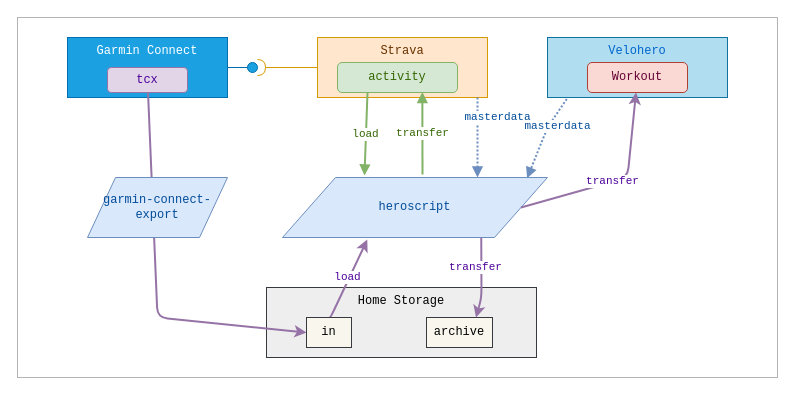
Before: design/commands.drawio in chs8691/heroscript, a draw.io diagram. Source tidied: cells renumbered, new cells numbered last; positions are measured from the earlier drawing's top-left corner, leaving out a move shared by most shapes. Both pictures are drawn from the tidied source at 100%, with x=0, y=0 at pixel (17, 17).
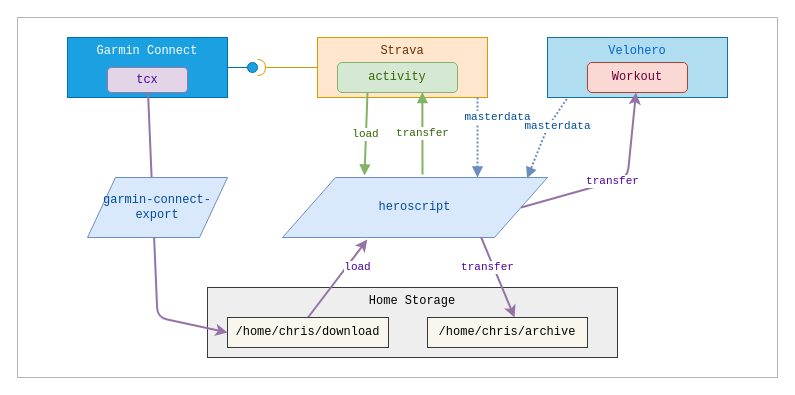
Above is the later version.

Unchanged cells that the change refers to:
```xml
<mxCell id="11" value="heroscript" style="shape=parallelogram;perimeter=parallelogramPerimeter;whiteSpace=wrap;html=1;fillColor=#dae8fc;strokeColor=#6c8ebf;fontColor=#004C99;fontFamily=Courier New;" parent="1" vertex="1">
  <mxGeometry x="265" y="160" width="265" height="60" as="geometry" />
</mxCell>
```

What changed in the source:
```diff
@@
     <mxCell id="6" value="Home Storage" style="rounded=0;whiteSpace=wrap;html=1;verticalAlign=top;fillColor=#eeeeee;strokeColor=#36393d;fontFamily=Courier New;" parent="1" vertex="1">
-      <mxGeometry x="249" y="270" width="270" height="70" as="geometry" />
+      <mxGeometry x="190" y="270" width="410" height="70" as="geometry" />
     </mxCell>
@@
     <mxCell id="20" value="load" style="endArrow=classic;html=1;fontColor=#4C0099;fillColor=#e1d5e7;strokeColor=#9673a6;strokeWidth=2;exitX=0.5;exitY=0;exitDx=0;exitDy=0;entryX=0.32;entryY=1.035;entryDx=0;entryDy=0;entryPerimeter=0;fontFamily=Courier New;" parent="1" edge="1" source="21" target="11">
-      <mxGeometry x="0.03" y="2" relative="1" as="geometry">
-        <Array as="points">
-          <mxPoint x="313" y="300" />
-        </Array>
-      </mxGeometry>
+      <mxGeometry x="0.43" y="-9" relative="1" as="geometry" />
     </mxCell>
-    <mxCell id="21" value="in" style="rounded=0;whiteSpace=wrap;html=1;fontFamily=Courier New;fillColor=#f9f7ed;strokeColor=#36393d;" parent="1" vertex="1">
-      <mxGeometry x="289" y="300" width="45" height="30" as="geometry" />
+    <mxCell id="21" value="/home/chris/download" style="rounded=0;whiteSpace=wrap;html=1;fontFamily=Courier New;fillColor=#f9f7ed;strokeColor=#36393d;" parent="1" vertex="1">
+      <mxGeometry x="210" y="300" width="161" height="30" as="geometry" />
     </mxCell>
-    <mxCell id="22" value="archive" style="rounded=0;whiteSpace=wrap;html=1;fontFamily=Courier New;fillColor=#f9f7ed;strokeColor=#36393d;" parent="1" vertex="1">
-      <mxGeometry x="409" y="300" width="66" height="30" as="geometry" />
+    <mxCell id="22" value="/home/chris/archive" style="rounded=0;whiteSpace=wrap;html=1;fontFamily=Courier New;fillColor=#f9f7ed;strokeColor=#36393d;" parent="1" vertex="1">
+      <mxGeometry x="410" y="300" width="160" height="30" as="geometry" />
     </mxCell>
@@
-    <mxCell id="24" value="transfer" style="endArrow=classic;html=1;fontColor=#4C0099;fillColor=#e1d5e7;strokeColor=#9673a6;strokeWidth=2;exitX=0.75;exitY=1;exitDx=0;exitDy=0;entryX=0.75;entryY=0;entryDx=0;entryDy=0;fontFamily=Courier New;" parent="1" edge="1" source="11" target="22">
-      <mxGeometry x="0.49" y="-30" relative="1" as="geometry">
-        <Array as="points">
-          <mxPoint x="464" y="280" />
-        </Array>
-        <mxPoint x="23" y="-22" as="offset" />
-      </mxGeometry>
+    <mxCell id="24" value="transfer" style="endArrow=classic;html=1;fontColor=#4C0099;fillColor=#e1d5e7;strokeColor=#9673a6;strokeWidth=2;exitX=0.75;exitY=1;exitDx=0;exitDy=0;entryX=0.544;entryY=0;entryDx=0;entryDy=0;fontFamily=Courier New;entryPerimeter=0;" parent="1" edge="1" source="11" target="22">
+      <mxGeometry x="-0.31" y="-6" relative="1" as="geometry" />
     </mxCell>
```
